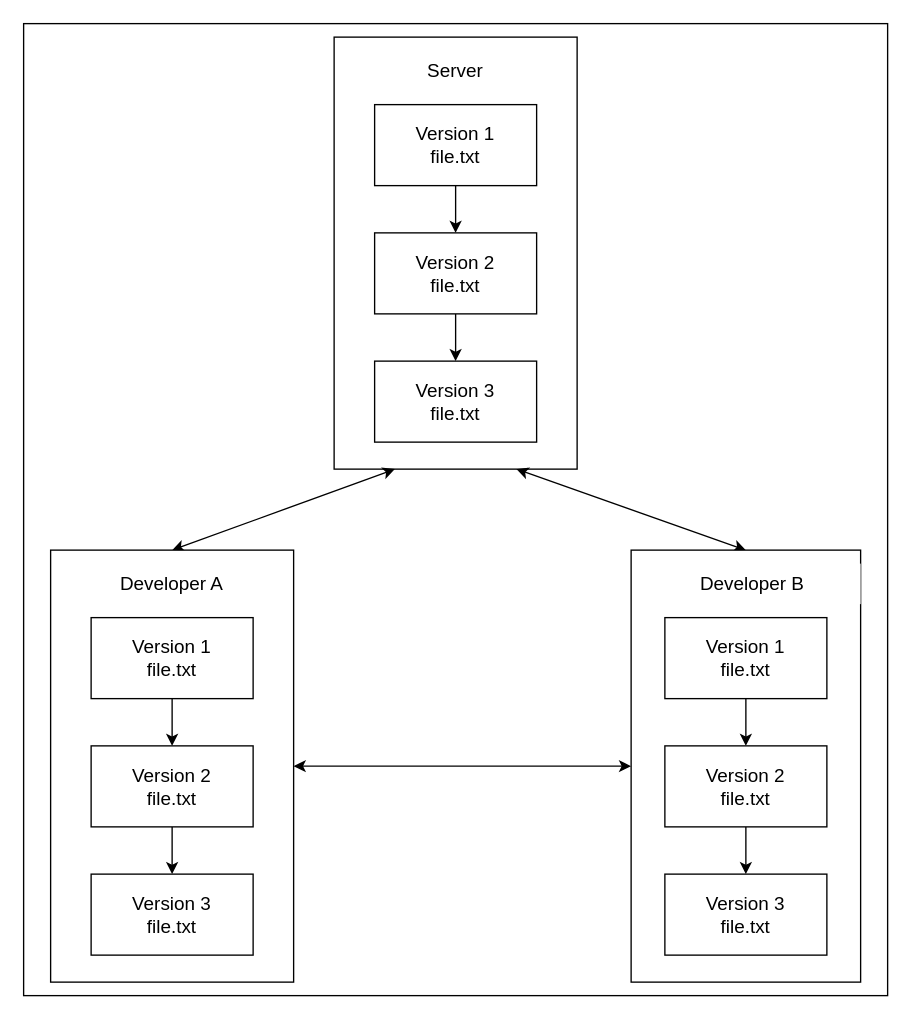
The draw.io diagram diagrams/distributed-vcs.drawio in thomas-rasmussen/git-tutorial, before the edit. Source tidied: cells renumbered, new cells numbered last; positions are measured from the earlier drawing's top-left corner, leaving out a move shared by most shapes. Both pictures are drawn from the tidied source at 135%, with x=0, y=0 at pixel (23, 23).
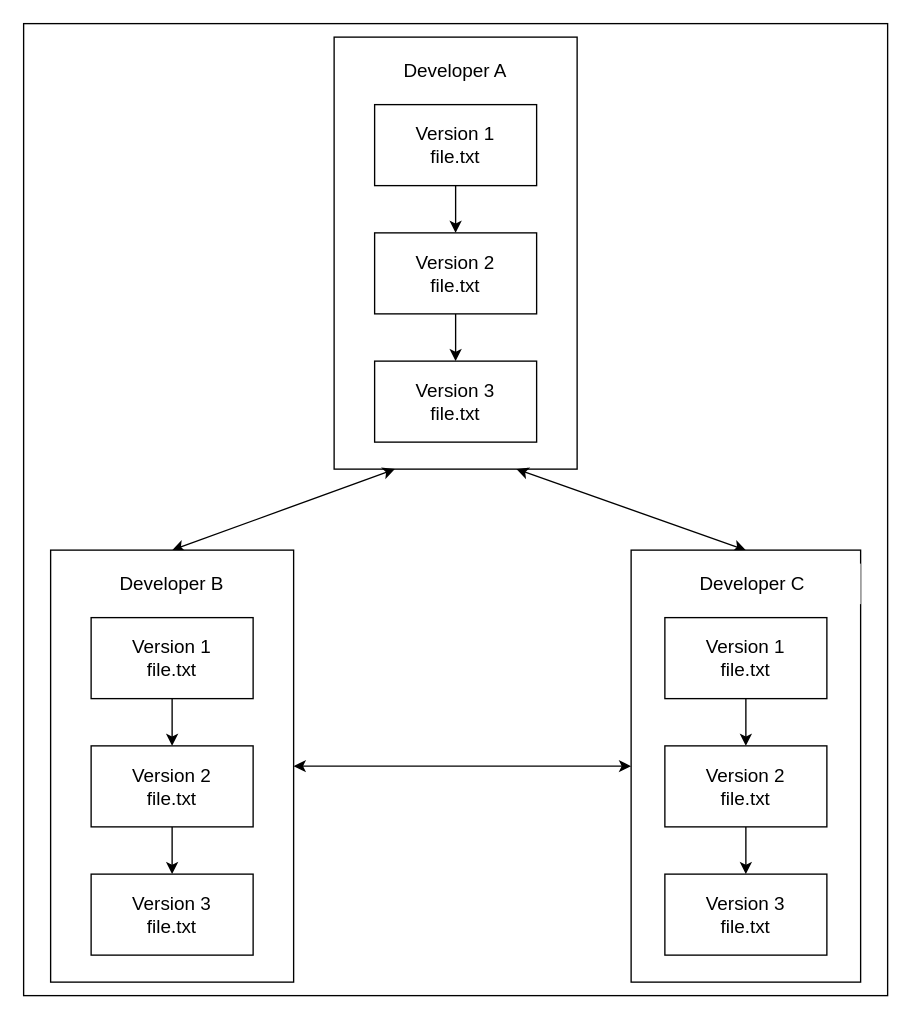
The same diagram, later.

The edit, as a diff of the source:
```diff
@@
-    <mxCell id="4" value="Server" style="rounded=0;whiteSpace=wrap;html=1;strokeColor=none;fontSize=14;" parent="1" vertex="1">
+    <mxCell id="4" value="Developer A" style="rounded=0;whiteSpace=wrap;html=1;strokeColor=none;fontSize=14;" parent="1" vertex="1">
       <mxGeometry x="240" y="20" width="160" height="30" as="geometry" />
     </mxCell>
@@
-    <mxCell id="14" value="Developer A" style="rounded=0;whiteSpace=wrap;html=1;strokeColor=none;fontSize=14;" parent="1" vertex="1">
+    <mxCell id="14" value="Developer B" style="rounded=0;whiteSpace=wrap;html=1;strokeColor=none;fontSize=14;" parent="1" vertex="1">
       <mxGeometry x="30" y="400" width="160" height="30" as="geometry" />
     </mxCell>
@@
-    <mxCell id="21" value="Developer B" style="rounded=0;whiteSpace=wrap;html=1;strokeColor=none;fontSize=14;" parent="1" vertex="1">
+    <mxCell id="21" value="Developer C" style="rounded=0;whiteSpace=wrap;html=1;strokeColor=none;fontSize=14;" parent="1" vertex="1">
       <mxGeometry x="460" y="400" width="160" height="30" as="geometry" />
     </mxCell>
```
